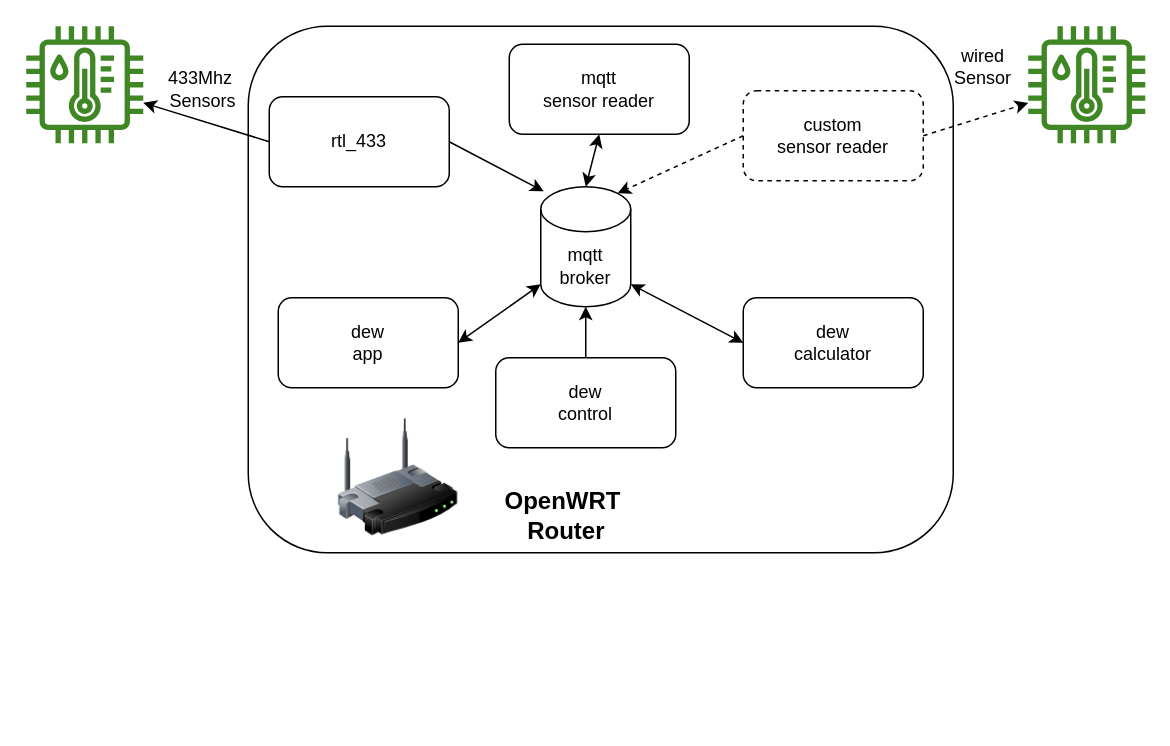
This is docs/overview.dio from womoak75/OpenDew, a draw.io file, before an edit. Source tidied: cells renumbered, new cells numbered last; positions are measured from the earlier drawing's top-left corner, leaving out a move shared by most shapes. Both pictures are drawn from the tidied source at 150%, with x=0, y=0 at pixel (26, 26).
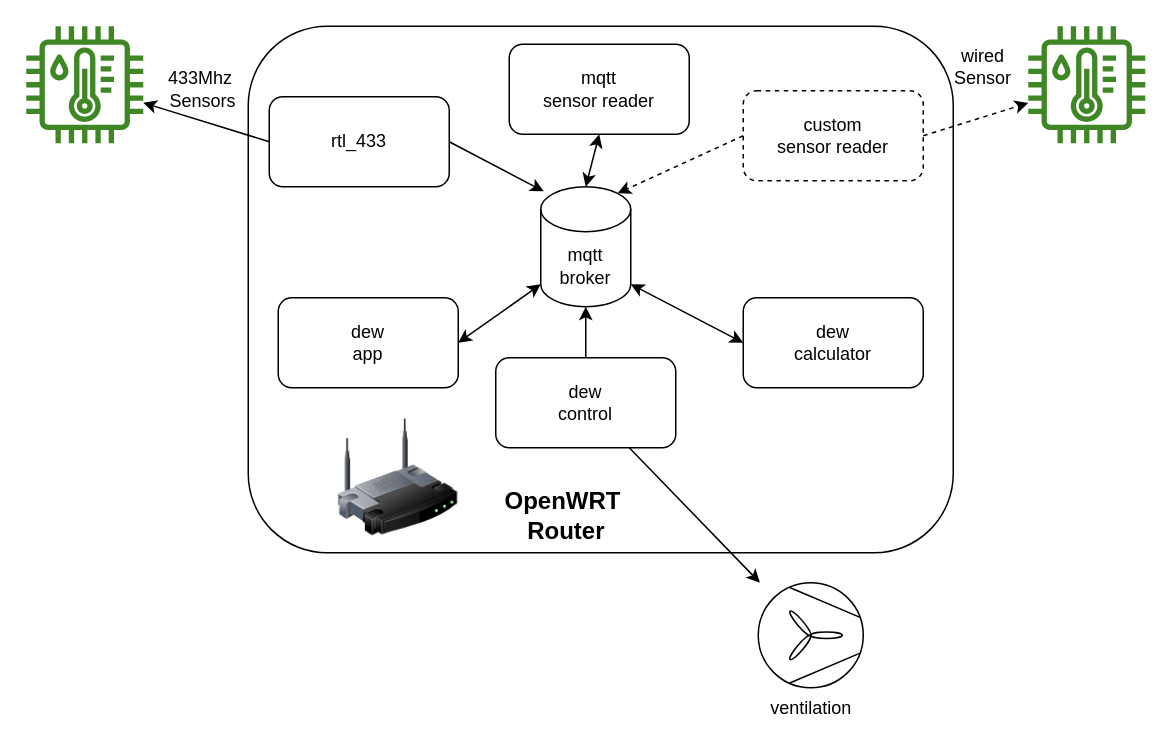
After the change.

Commit message (it also covers changes not shown here):
update overview img

Unchanged cells that the change refers to:
```xml
<mxCell id="11" value="dew&lt;br&gt;control" style="rounded=1;whiteSpace=wrap;html=1;" parent="1" vertex="1">
  <mxGeometry x="313" y="221" width="120" height="60" as="geometry" />
</mxCell>
```

What changed in the source:
```diff
@@
+    <mxCell id="24" style="edgeStyle=none;html=1;" parent="1" edge="1" source="11" target="25">
+      <mxGeometry relative="1" as="geometry" />
+    </mxCell>
@@
+    <mxCell id="25" value="ventilation" style="verticalLabelPosition=bottom;outlineConnect=0;align=center;dashed=0;html=1;verticalAlign=top;shape=mxgraph.pid2misc.fan;fanType=common;" parent="1" vertex="1">
+      <mxGeometry x="488" y="371" width="70" height="70" as="geometry" />
+    </mxCell>
```
